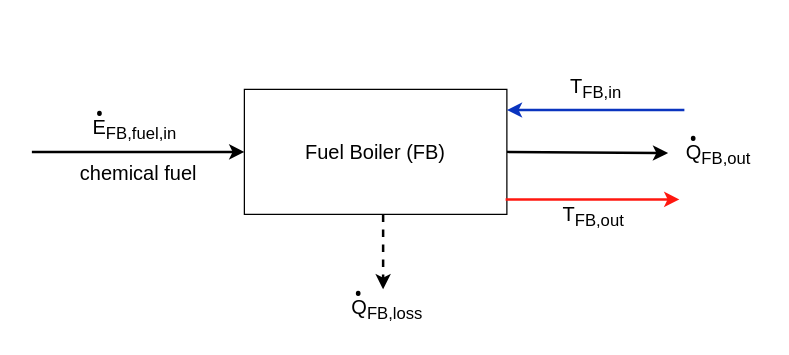
Earlier version of the draw.io diagram docs/fig/source_files/240429_FuelBoiler.drawio (QuaSi-Software/Documentation). Source tidied: cells renumbered, new cells numbered last; positions are measured from the earlier drawing's top-left corner, leaving out a move shared by most shapes. Both pictures are drawn from the tidied source at 125%, with x=0, y=0 at pixel (31, 22).
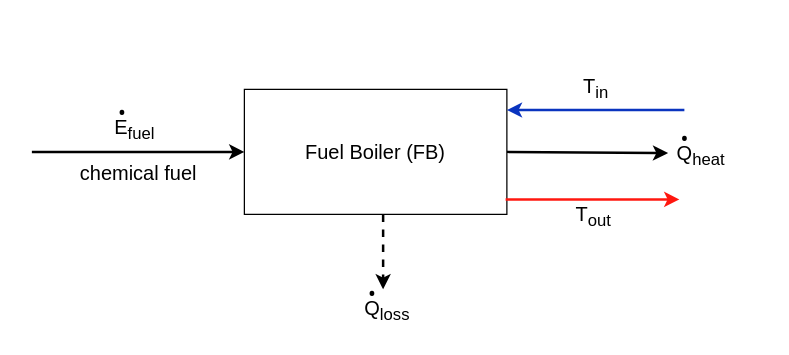
After the change.

The change refers to these unchanged cells:
```xml
<mxCell id="11" style="endArrow=classic;html=1;rounded=0;fontSize=19;entryX=-0.009;entryY=0.171;entryDx=0;entryDy=0;entryPerimeter=0;fillColor=#dae8fc;strokeColor=#0A34BF;strokeWidth=2;" parent="1" edge="1">
  <mxGeometry relative="1" as="geometry">
    <mxPoint x="522" y="69.5" as="sourcePoint" />
    <mxPoint x="380" y="69.5" as="targetPoint" />
  </mxGeometry>
</mxCell>
<mxCell id="13" style="endArrow=classic;html=1;rounded=0;fontSize=19;strokeColor=#FF170F;strokeWidth=2;" parent="1" edge="1">
  <mxGeometry relative="1" as="geometry">
    <mxPoint x="379" y="141" as="sourcePoint" />
    <mxPoint x="518" y="141" as="targetPoint" />
  </mxGeometry>
</mxCell>
```

The edit, as a diff of the source:
```diff
@@
-    <mxCell id="4" value="&lt;font style=&quot;font-size: 16px;&quot;&gt;E&lt;sub&gt;FB,fuel&lt;/sub&gt;&lt;sub style=&quot;&quot;&gt;,in&lt;/sub&gt;&lt;/font&gt;" style="text;html=1;align=center;verticalAlign=middle;strokeColor=none;fillColor=none;fontSize=16;" parent="1" vertex="1">
-      <mxGeometry x="37" y="65" width="90" height="40" as="geometry" />
+    <mxCell id="4" value="&lt;font style=&quot;font-size: 16px;&quot;&gt;E&lt;sub&gt;fuel&lt;/sub&gt;&lt;/font&gt;" style="text;html=1;align=center;verticalAlign=middle;strokeColor=none;fillColor=none;fontSize=16;" parent="1" vertex="1">
+      <mxGeometry x="52" y="65" width="60" height="40" as="geometry" />
     </mxCell>
@@
-    <mxCell id="7" value="Q&lt;sub&gt;FB,out&lt;/sub&gt;" style="text;html=1;align=center;verticalAlign=middle;strokeColor=none;fillColor=none;fontSize=16;" parent="1" vertex="1">
-      <mxGeometry x="509" y="85" width="80" height="40" as="geometry" />
-    </mxCell>
-    <mxCell id="8" value="Q&lt;sub&gt;FB,loss&lt;/sub&gt;" style="text;html=1;align=center;verticalAlign=middle;strokeColor=none;fillColor=none;fontSize=16;" parent="1" vertex="1">
-      <mxGeometry x="244" y="209" width="80" height="40" as="geometry" />
+    <mxCell id="8" value="Q&lt;sub&gt;loss&lt;/sub&gt;" style="text;html=1;align=center;verticalAlign=middle;strokeColor=none;fillColor=none;fontSize=16;" parent="1" vertex="1">
+      <mxGeometry x="257" y="212" width="54" height="35" as="geometry" />
     </mxCell>
-    <mxCell id="9" value="&lt;font style=&quot;font-size: 30px;&quot; face=&quot;Georgia&quot;&gt;.&lt;/font&gt;" style="text;html=1;align=center;verticalAlign=middle;strokeColor=none;fillColor=none;fontSize=70;strokeWidth=2;" parent="1" vertex="1">
-      <mxGeometry x="246" y="144" width="30" height="100" as="geometry" />
+    <mxCell id="9" value="&lt;font style=&quot;font-size: 30px;&quot; face=&quot;Georgia&quot;&gt;.&lt;/font&gt;" style="text;html=1;align=center;verticalAlign=middle;strokeColor=none;fillColor=none;fontSize=70;strokeWidth=2;labelBackgroundColor=none;" parent="1" vertex="1">
+      <mxGeometry x="257" y="144" width="30" height="100" as="geometry" />
     </mxCell>
@@
-    <mxCell id="12" value="&lt;font style=&quot;font-size: 16px;&quot;&gt;T&lt;sub style=&quot;&quot;&gt;FB,in&lt;/sub&gt;&lt;/font&gt;" style="edgeLabel;html=1;align=center;verticalAlign=middle;fontSize=16;" parent="11" vertex="1">
+    <mxCell id="12" value="&lt;font style=&quot;font-size: 16px;&quot;&gt;T&lt;sub style=&quot;&quot;&gt;in&lt;/sub&gt;&lt;/font&gt;" style="edgeLabel;html=1;align=center;verticalAlign=middle;fontSize=16;" parent="11" vertex="1">
       <mxGeometry x="-0.45" y="-1" relative="1" as="geometry">
         <mxPoint x="-33" y="-17" as="offset" />
       </mxGeometry>
     </mxCell>
@@
-    <mxCell id="14" value="&lt;font style=&quot;font-size: 16px;&quot;&gt;T&lt;sub style=&quot;&quot;&gt;FB,out&lt;/sub&gt;&lt;/font&gt;" style="edgeLabel;html=1;align=center;verticalAlign=middle;fontSize=16;" parent="13" vertex="1">
+    <mxCell id="14" value="&lt;font style=&quot;font-size: 16px;&quot;&gt;T&lt;sub style=&quot;&quot;&gt;out&lt;/sub&gt;&lt;/font&gt;" style="edgeLabel;html=1;align=center;verticalAlign=middle;fontSize=16;" parent="13" vertex="1">
       <mxGeometry x="-0.45" y="-1" relative="1" as="geometry">
         <mxPoint x="31" y="12" as="offset" />
       </mxGeometry>
     </mxCell>
     <mxCell id="15" value="&lt;font style=&quot;font-size: 30px;&quot; face=&quot;Georgia&quot;&gt;.&lt;/font&gt;" style="text;html=1;align=center;verticalAlign=middle;strokeColor=none;fillColor=none;fontSize=70;strokeWidth=2;" parent="1" vertex="1">
-      <mxGeometry x="39" width="30" height="100" as="geometry" />
+      <mxGeometry x="57" y="-1" width="30" height="100" as="geometry" />
     </mxCell>
     <mxCell id="16" value="&lt;font style=&quot;font-size: 30px;&quot; face=&quot;Georgia&quot;&gt;.&lt;/font&gt;" style="text;html=1;align=center;verticalAlign=middle;strokeColor=none;fillColor=none;fontSize=70;strokeWidth=2;" parent="1" vertex="1">
-      <mxGeometry x="514" y="20" width="30" height="100" as="geometry" />
+      <mxGeometry x="507" y="20" width="30" height="100" as="geometry" />
     </mxCell>
+    <mxCell id="17" value="Q&lt;sub&gt;heat&lt;/sub&gt;" style="text;html=1;align=center;verticalAlign=middle;strokeColor=none;fillColor=none;fontSize=16;" parent="1" vertex="1">
+      <mxGeometry x="507" y="88" width="56" height="35" as="geometry" />
+    </mxCell>
```
